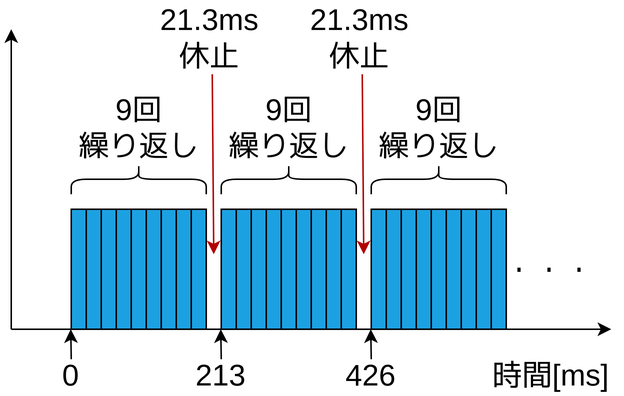
yudai0804/sotsuken keeps this draw.io diagram as docs/final-slide/assets/ofdm-specification2.drawio.png. Above is the earlier version. Source tidied: cells renumbered, new cells last; positions are measured from the earlier drawing's top-left corner, leaving out a move shared by most shapes.
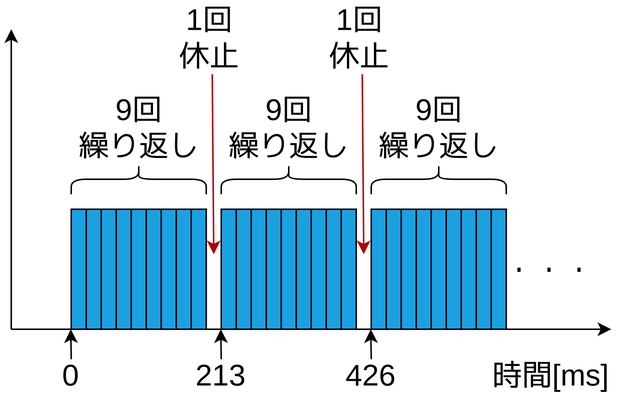
After the commit.

The edit, as a diff of the source:
```diff
@@ -128,7 +128,7 @@
         <mxPoint x="135" y="160" as="targetPoint" />
       </mxGeometry>
     </mxCell>
-    <mxCell id="41" value="&lt;span style=&quot;font-size: 20px;&quot;&gt;21.3ms&lt;/span&gt;&lt;div&gt;&lt;span style=&quot;font-size: 20px;&quot;&gt;休止&lt;/span&gt;&lt;/div&gt;" style="text;strokeColor=none;align=center;fillColor=none;html=1;verticalAlign=middle;whiteSpace=wrap;rounded=0;" parent="1" vertex="1">
+    <mxCell id="41" value="&lt;span style=&quot;font-size: 20px;&quot;&gt;1回&lt;/span&gt;&lt;br&gt;&lt;div&gt;&lt;span style=&quot;font-size: 20px;&quot;&gt;休止&lt;/span&gt;&lt;/div&gt;" style="text;strokeColor=none;align=center;fillColor=none;html=1;verticalAlign=middle;whiteSpace=wrap;rounded=0;" parent="1" vertex="1">
       <mxGeometry x="85" width="95" height="30" as="geometry" />
     </mxCell>
     <mxCell id="42" style="endArrow=classic;html=1;rounded=0;fillColor=#e51400;strokeColor=#B20000;" parent="1" edge="1">
@@ -137,7 +137,7 @@
         <mxPoint x="235" y="160" as="targetPoint" />
       </mxGeometry>
     </mxCell>
-    <mxCell id="43" value="&lt;span style=&quot;font-size: 20px;&quot;&gt;21.3ms&lt;/span&gt;&lt;div&gt;&lt;span style=&quot;font-size: 20px;&quot;&gt;休止&lt;/span&gt;&lt;/div&gt;" style="text;strokeColor=none;align=center;fillColor=none;html=1;verticalAlign=middle;whiteSpace=wrap;rounded=0;" parent="1" vertex="1">
+    <mxCell id="43" value="&lt;span style=&quot;font-size: 20px;&quot;&gt;1回&lt;/span&gt;&lt;br&gt;&lt;div&gt;&lt;span style=&quot;font-size: 20px;&quot;&gt;休止&lt;/span&gt;&lt;/div&gt;" style="text;strokeColor=none;align=center;fillColor=none;html=1;verticalAlign=middle;whiteSpace=wrap;rounded=0;" parent="1" vertex="1">
       <mxGeometry x="185" width="95" height="30" as="geometry" />
     </mxCell>
     <mxCell id="44" style="endArrow=classic;html=1;rounded=0;fillColor=#e51400;strokeColor=#000000;" parent="1" edge="1" source="33">
```
